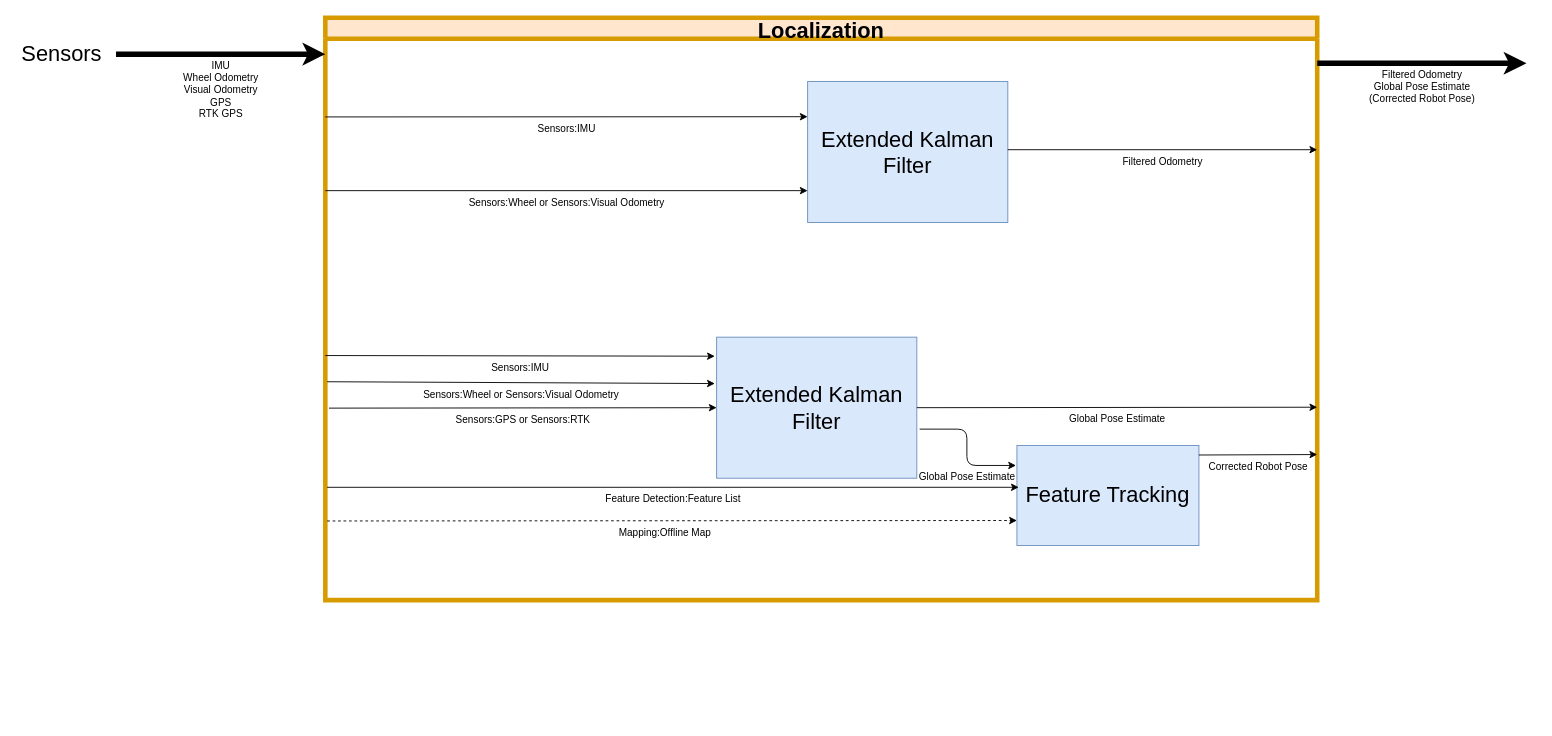
This is page "#3 Localization" (12 of 19) of OutdoorNavigationStructure.drawio from ipa-dmo/ipa_outdoor_docu, a draw.io file, before an edit. Source tidied: cells renumbered, new cells numbered last; positions are measured from the earlier drawing's top-left corner, leaving out a move shared by most shapes. Both pictures are drawn from the tidied source at 91%, with x=0, y=0 at pixel (15, 17).
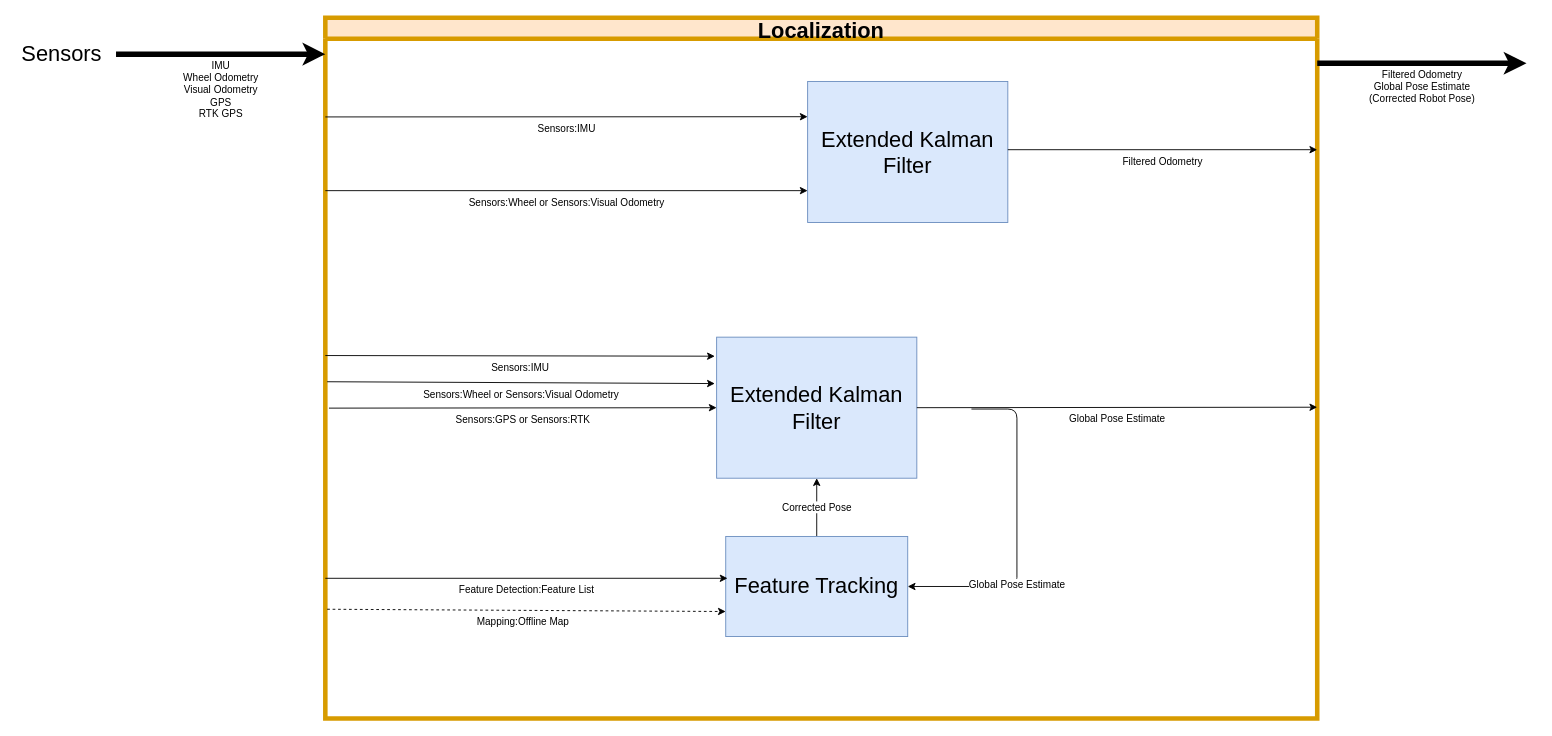
The same diagram, later.

Unchanged cells that the change refers to:
```xml
<mxCell id="7" value="&lt;div&gt;&lt;font style=&quot;font-size: 24px&quot;&gt;Extended Kalman Filter&lt;/font&gt;&lt;/div&gt;" style="whiteSpace=wrap;html=1;fillColor=#dae8fc;strokeColor=#6c8ebf;" parent="2" vertex="1">
  <mxGeometry x="430" y="351" width="220" height="155" as="geometry" />
</mxCell>
```

Change to the diagram source:
```diff
@@
     <mxCell id="2" value="Localization" style="swimlane;fillColor=#ffe6cc;strokeColor=#d79b00;fontSize=24;strokeWidth=5;" parent="1" vertex="1">
-      <mxGeometry x="340" width="1090" height="640" as="geometry" />
+      <mxGeometry x="340" width="1090" height="770" as="geometry" />
     </mxCell>
@@
+    <mxCell id="20" value="Corrected Pose" style="edgeStyle=elbowEdgeStyle;rounded=0;jettySize=auto;html=1;exitX=0.5;exitY=0;exitDx=0;exitDy=0;" parent="2" edge="1" source="9" target="7">
+      <mxGeometry relative="1" as="geometry" />
+    </mxCell>
     <mxCell id="9" value="&lt;div&gt;&lt;font style=&quot;font-size: 24px&quot;&gt;Feature Tracking&lt;br&gt;&lt;/font&gt;&lt;/div&gt;" style="whiteSpace=wrap;html=1;fillColor=#dae8fc;strokeColor=#6c8ebf;" parent="2" vertex="1">
-      <mxGeometry x="760" y="470" width="200" height="110" as="geometry" />
+      <mxGeometry x="440" y="570" width="200" height="110" as="geometry" />
     </mxCell>
     <mxCell id="10" value="Feature Detection:Feature List" style="endArrow=classic;html=1;verticalAlign=top;entryX=0.01;entryY=0.418;entryDx=0;entryDy=0;entryPerimeter=0;" parent="2" edge="1" target="9">
       <mxGeometry relative="1" as="geometry">
-        <mxPoint x="2" y="516" as="sourcePoint" />
+        <mxPoint y="616" as="sourcePoint" />
       </mxGeometry>
     </mxCell>
@@
-    <mxCell id="14" value="Global Pose Estimate" style="endArrow=classic;html=1;verticalAlign=top;exitX=1.014;exitY=0.652;exitDx=0;exitDy=0;edgeStyle=orthogonalEdgeStyle;exitPerimeter=0;entryX=-0.005;entryY=0.2;entryDx=0;entryDy=0;entryPerimeter=0;" parent="2" edge="1" source="7" target="9">
-      <mxGeometry x="0.26" relative="1" as="geometry" />
+    <mxCell id="14" value="Global Pose Estimate" style="endArrow=classic;html=1;verticalAlign=top;edgeStyle=orthogonalEdgeStyle;entryX=1;entryY=0.5;entryDx=0;entryDy=0;" parent="2" edge="1" target="9">
+      <mxGeometry x="0.26" relative="1" as="geometry">
+        <mxPoint x="710" y="430" as="sourcePoint" />
+        <Array as="points">
+          <mxPoint x="760" y="430" />
+          <mxPoint x="760" y="625" />
+        </Array>
+      </mxGeometry>
     </mxCell>
     <mxCell id="15" value="Mapping:Offline Map" style="endArrow=classic;html=1;verticalAlign=top;dashed=1;entryX=0;entryY=0.75;entryDx=0;entryDy=0;" parent="1" edge="1" target="9">
       <mxGeometry x="-0.02" relative="1" as="geometry">
-        <mxPoint x="342" y="553" as="sourcePoint" />
+        <mxPoint x="342" y="650" as="sourcePoint" />
       </mxGeometry>
     </mxCell>
@@
-    <mxCell id="19" value="Corrected Robot Pose" style="endArrow=classic;html=1;verticalAlign=top;" parent="1" edge="1">
-      <mxGeometry relative="1" as="geometry">
-        <mxPoint x="1300" y="480.5" as="sourcePoint" />
-        <mxPoint x="1430" y="480" as="targetPoint" />
-      </mxGeometry>
-    </mxCell>
```
